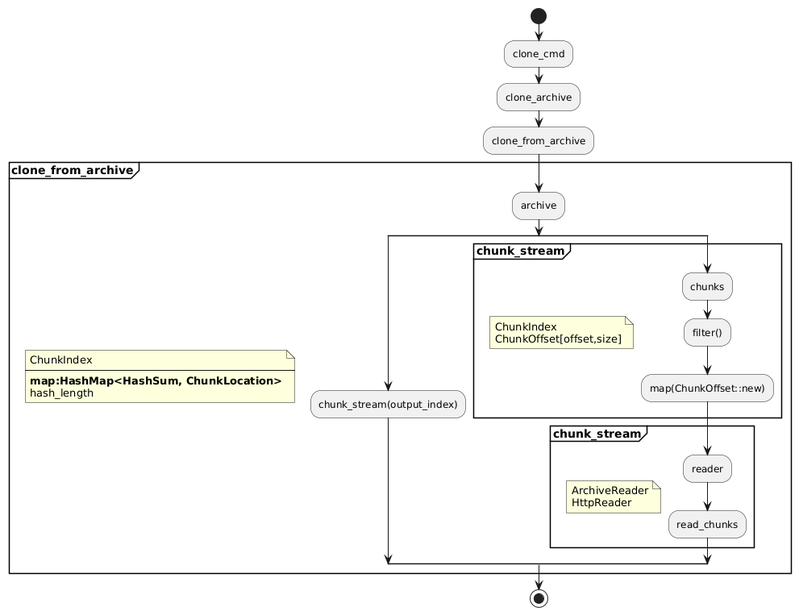
softtiny/docs.bita keeps this PlantUML diagram as puml/bita/clone_cmd_a.png. Above is the earlier version.
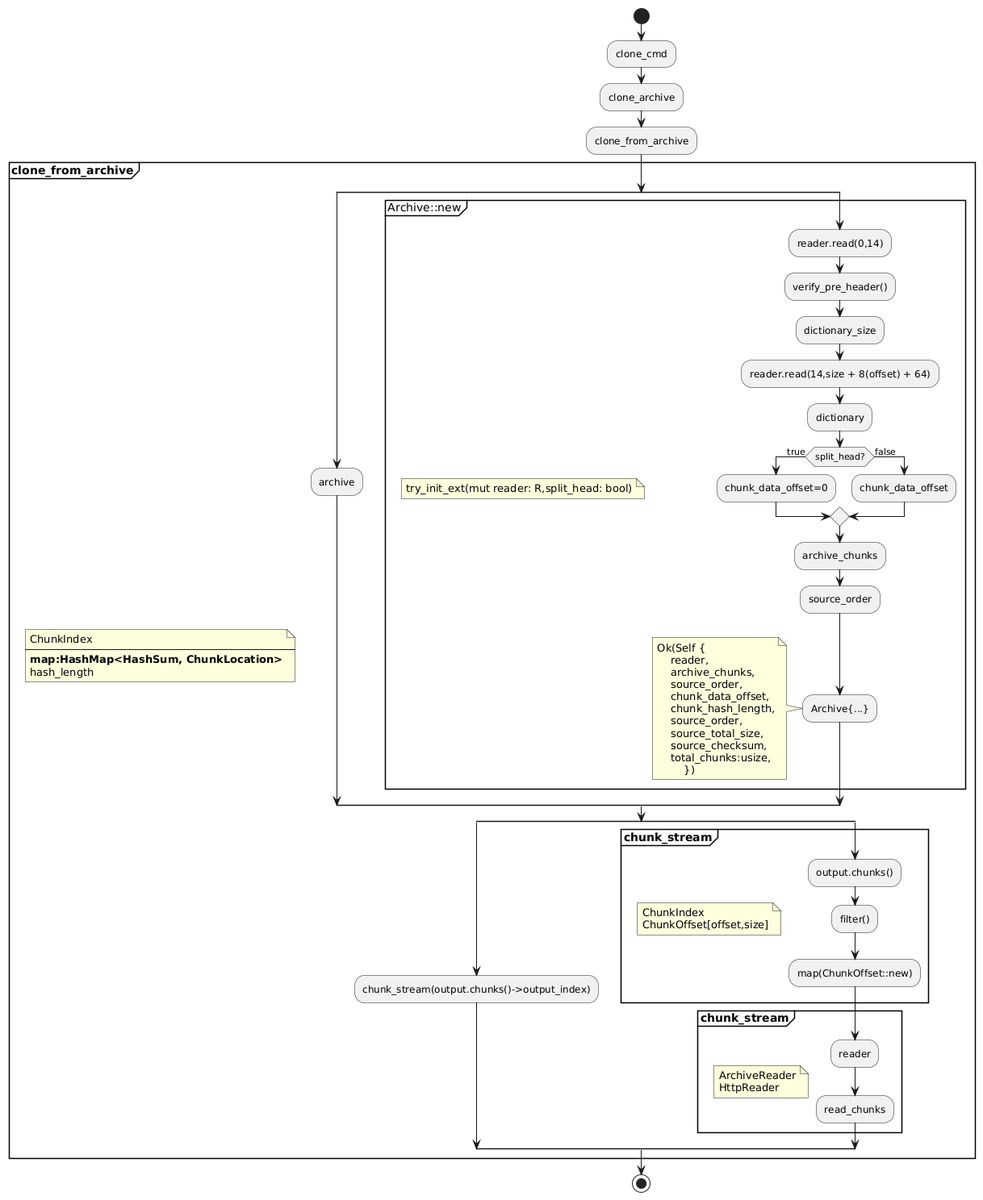
After the change.

What changed in the source:
```diff
@@ -10,16 +10,50 @@
         **map:HashMap<HashSum, ChunkLocation>**
         hash_length
     end note
-    :archive;
     split
-        :chunk_stream(output_index);
+        :archive;
+    split again
+        partition "Archive::new" {
+            note
+                try_init_ext(mut reader: R,split_head: bool)
+            end note
+            :reader.read(0,14);
+            :verify_pre_header();
+            :dictionary_size;
+            :reader.read(14,size + 8(offset) + 64);
+            :dictionary;
+            if (split_head?) then (true)
+                :chunk_data_offset=0;
+            else(false)
+                :chunk_data_offset;
+            endif
+            :archive_chunks;
+            :source_order;
+            :Archive{...};
+            note left
+                Ok(Self {
+                    reader,
+                    archive_chunks,
+                    source_order,
+                    chunk_data_offset,
+                    chunk_hash_length,
+                    source_order,
+                    source_total_size,
+                    source_checksum,
+                    total_chunks:usize,
+                        })
+            end note
+        }
+    end split
+    split
+        :chunk_stream(output.chunks()->output_index);
     split again
         partition "**chunk_stream**" {
             note
                 ChunkIndex
                 ChunkOffset[offset,size]
             end note
-            :chunks;
+            :output.chunks();
             :filter();
             :map(ChunkOffset::new);
         }
```
